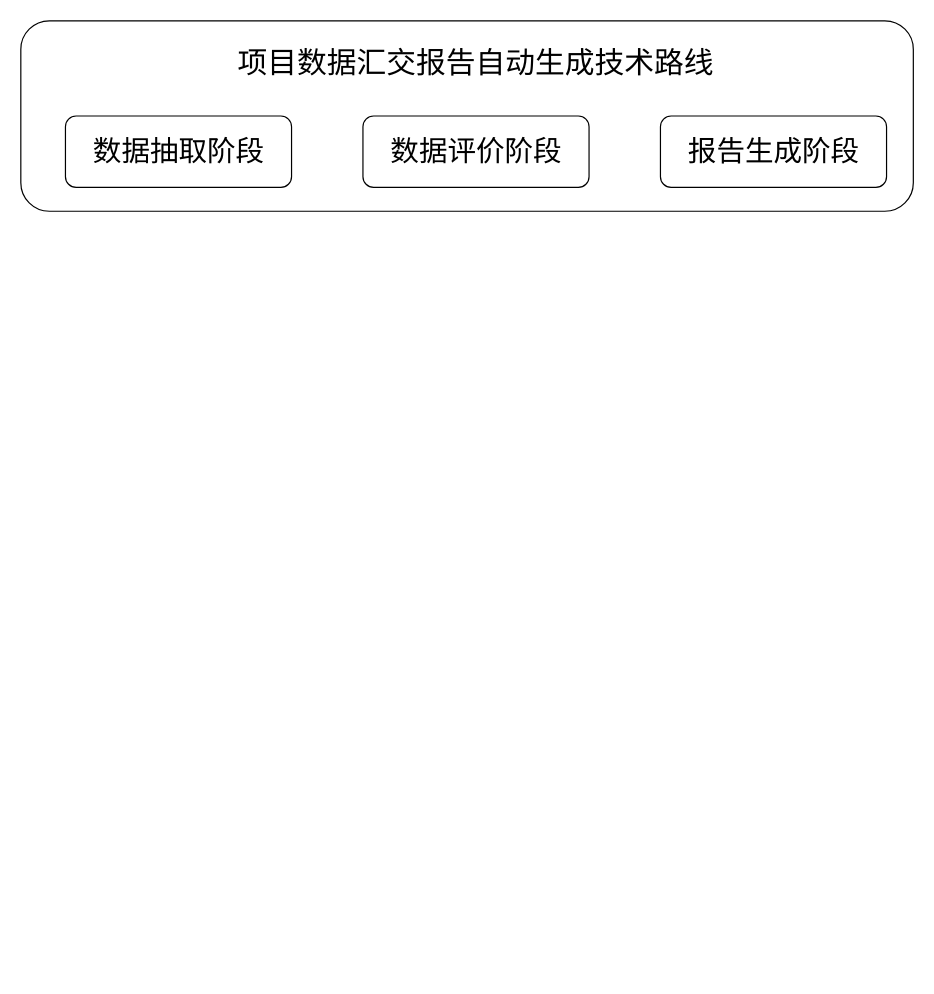
Above: data_huijiao.drawio in lengyueit/paper_pic (draw.io), before the change. Source tidied: cells renumbered, new cells numbered last; positions are measured from the earlier drawing's top-left corner, leaving out a move shared by most shapes. Both pictures are drawn from the tidied source at 119%, with x=0, y=0 at pixel (20, 20).
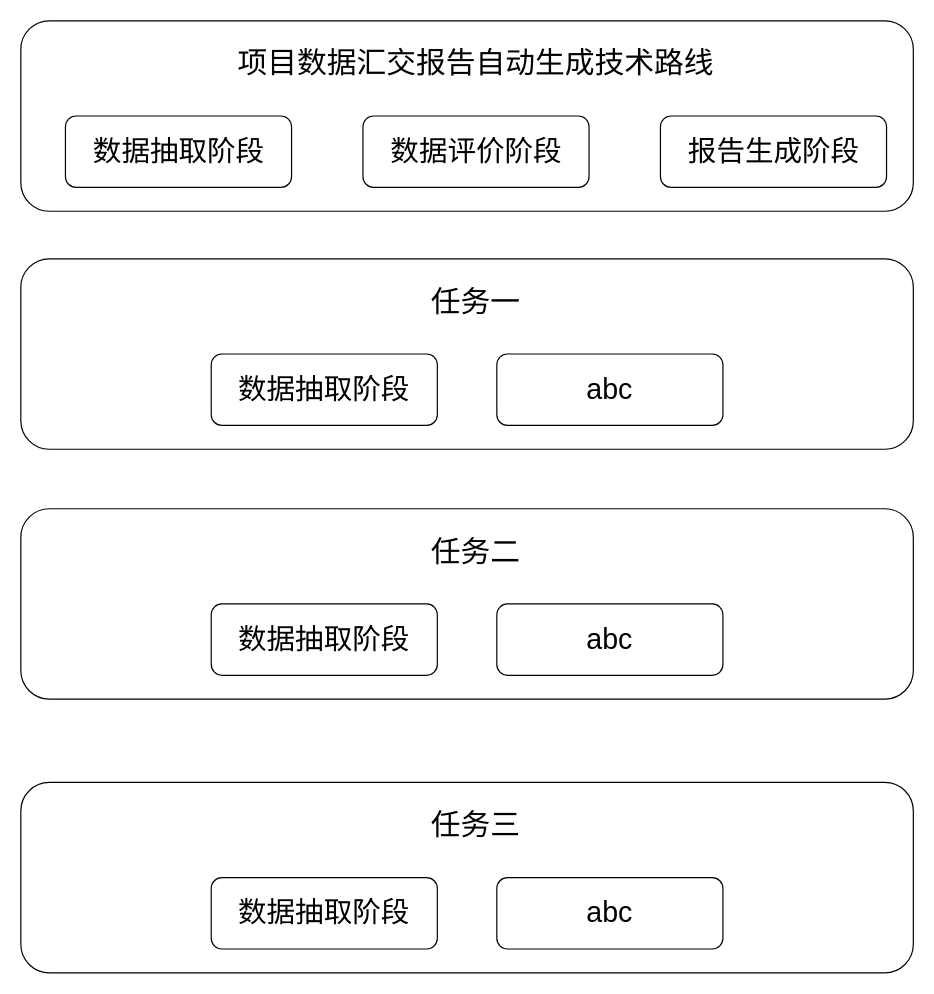
The same page after the edit.

Diff of the diagram source:
```diff
@@
 <mxGraphModel>
   <root>
     <mxCell id="0" />
     <mxCell id="1" parent="0" />
     <mxCell id="2" style="rounded=1;whiteSpace=wrap;html=1;" parent="1" vertex="1">
       <mxGeometry width="750" height="160" as="geometry" />
     </mxCell>
     <mxCell id="3" value="&lt;p style=&quot;margin: 0pt 0pt 0.0001pt; text-align: justify;&quot; class=&quot;MsoNormal&quot;&gt;&lt;font face=&quot;Times New Roman&quot; style=&quot;font-size: 24px;&quot;&gt;数据抽取阶段&lt;/font&gt;&lt;/p&gt;" style="rounded=1;whiteSpace=wrap;html=1;" parent="1" vertex="1">
       <mxGeometry x="37.5" y="80" width="190" height="60" as="geometry" />
     </mxCell>
     <mxCell id="4" value="&lt;p style=&quot;margin: 0pt 0pt 0.0001pt; text-align: justify;&quot; class=&quot;MsoNormal&quot;&gt;&lt;font face=&quot;Times New Roman&quot; style=&quot;font-size: 24px;&quot;&gt;数据评价阶段&lt;/font&gt;&lt;/p&gt;" style="rounded=1;whiteSpace=wrap;html=1;" parent="1" vertex="1">
       <mxGeometry x="287.5" y="80" width="190" height="60" as="geometry" />
     </mxCell>
     <mxCell id="5" value="&lt;p style=&quot;margin: 0pt 0pt 0.0001pt; text-align: justify;&quot; class=&quot;MsoNormal&quot;&gt;&lt;font face=&quot;Times New Roman&quot; style=&quot;font-size: 24px;&quot;&gt;报告生成阶段&lt;/font&gt;&lt;/p&gt;" style="rounded=1;whiteSpace=wrap;html=1;" parent="1" vertex="1">
       <mxGeometry x="537.5" y="80" width="190" height="60" as="geometry" />
     </mxCell>
     <mxCell id="6" value="&lt;p style=&quot;margin: 0pt 0pt 0.0001pt; text-align: justify; font-size: 25px;&quot; class=&quot;MsoNormal&quot;&gt;&lt;font style=&quot;font-size: 25px;&quot; face=&quot;Times New Roman&quot;&gt;项目数据汇交报告自动生成&lt;font style=&quot;font-size: 25px;&quot;&gt;技术路线&lt;/font&gt;&lt;/font&gt;&lt;/p&gt;" style="text;html=1;align=center;verticalAlign=middle;whiteSpace=wrap;rounded=0;" parent="1" vertex="1">
       <mxGeometry x="100" y="20" width="565" height="30" as="geometry" />
     </mxCell>
+    <mxCell id="7" style="rounded=1;whiteSpace=wrap;html=1;" parent="1" vertex="1">
+      <mxGeometry y="200" width="750" height="160" as="geometry" />
+    </mxCell>
+    <mxCell id="8" value="&lt;p style=&quot;margin: 0pt 0pt 0.0001pt; text-align: justify;&quot; class=&quot;MsoNormal&quot;&gt;&lt;font face=&quot;等线&quot; style=&quot;font-size: 24px;&quot;&gt;数据抽取阶段&lt;/font&gt;&lt;/p&gt;" style="rounded=1;whiteSpace=wrap;html=1;" parent="1" vertex="1">
+      <mxGeometry x="160" y="280" width="190" height="60" as="geometry" />
+    </mxCell>
+    <mxCell id="9" value="&lt;p style=&quot;margin: 0pt 0pt 0.0001pt; text-align: justify; font-size: 25px;&quot; class=&quot;MsoNormal&quot;&gt;&lt;font face=&quot;等线&quot;&gt;任务一&lt;/font&gt;&lt;/p&gt;" style="text;html=1;align=center;verticalAlign=middle;whiteSpace=wrap;rounded=0;" parent="1" vertex="1">
+      <mxGeometry x="100" y="220" width="565" height="30" as="geometry" />
+    </mxCell>
+    <mxCell id="10" value="&lt;p style=&quot;margin: 0pt 0pt 0.0001pt; text-align: justify;&quot; class=&quot;MsoNormal&quot;&gt;&lt;span style=&quot;font-size: 24px;&quot;&gt;&lt;font face=&quot;Arial&quot;&gt;abc&lt;/font&gt;&lt;/span&gt;&lt;/p&gt;" style="rounded=1;whiteSpace=wrap;html=1;" parent="1" vertex="1">
+      <mxGeometry x="400" y="280" width="190" height="60" as="geometry" />
+    </mxCell>
+    <mxCell id="11" style="rounded=1;whiteSpace=wrap;html=1;" parent="1" vertex="1">
+      <mxGeometry y="410" width="750" height="160" as="geometry" />
+    </mxCell>
+    <mxCell id="12" value="&lt;p style=&quot;margin: 0pt 0pt 0.0001pt; text-align: justify;&quot; class=&quot;MsoNormal&quot;&gt;&lt;font face=&quot;等线&quot; style=&quot;font-size: 24px;&quot;&gt;数据抽取阶段&lt;/font&gt;&lt;/p&gt;" style="rounded=1;whiteSpace=wrap;html=1;" parent="1" vertex="1">
+      <mxGeometry x="160" y="490" width="190" height="60" as="geometry" />
+    </mxCell>
+    <mxCell id="13" value="&lt;p style=&quot;margin: 0pt 0pt 0.0001pt; text-align: justify; font-size: 25px;&quot; class=&quot;MsoNormal&quot;&gt;&lt;font face=&quot;等线&quot;&gt;任务二&lt;/font&gt;&lt;/p&gt;" style="text;html=1;align=center;verticalAlign=middle;whiteSpace=wrap;rounded=0;" parent="1" vertex="1">
+      <mxGeometry x="100" y="430" width="565" height="30" as="geometry" />
+    </mxCell>
+    <mxCell id="14" value="&lt;p style=&quot;margin: 0pt 0pt 0.0001pt; text-align: justify;&quot; class=&quot;MsoNormal&quot;&gt;&lt;span style=&quot;font-size: 24px;&quot;&gt;&lt;font face=&quot;Arial&quot;&gt;abc&lt;/font&gt;&lt;/span&gt;&lt;/p&gt;" style="rounded=1;whiteSpace=wrap;html=1;" parent="1" vertex="1">
+      <mxGeometry x="400" y="490" width="190" height="60" as="geometry" />
+    </mxCell>
+    <mxCell id="15" style="rounded=1;whiteSpace=wrap;html=1;" parent="1" vertex="1">
+      <mxGeometry y="640" width="750" height="160" as="geometry" />
+    </mxCell>
+    <mxCell id="16" value="&lt;p style=&quot;margin: 0pt 0pt 0.0001pt; text-align: justify;&quot; class=&quot;MsoNormal&quot;&gt;&lt;font face=&quot;等线&quot; style=&quot;font-size: 24px;&quot;&gt;数据抽取阶段&lt;/font&gt;&lt;/p&gt;" style="rounded=1;whiteSpace=wrap;html=1;" parent="1" vertex="1">
+      <mxGeometry x="160" y="720" width="190" height="60" as="geometry" />
+    </mxCell>
+    <mxCell id="17" value="&lt;p style=&quot;margin: 0pt 0pt 0.0001pt; text-align: justify; font-size: 25px;&quot; class=&quot;MsoNormal&quot;&gt;&lt;font face=&quot;等线&quot;&gt;任务三&lt;/font&gt;&lt;/p&gt;" style="text;html=1;align=center;verticalAlign=middle;whiteSpace=wrap;rounded=0;" parent="1" vertex="1">
+      <mxGeometry x="100" y="660" width="565" height="30" as="geometry" />
+    </mxCell>
+    <mxCell id="18" value="&lt;p style=&quot;margin: 0pt 0pt 0.0001pt; text-align: justify;&quot; class=&quot;MsoNormal&quot;&gt;&lt;span style=&quot;font-size: 24px;&quot;&gt;&lt;font face=&quot;Arial&quot;&gt;abc&lt;/font&gt;&lt;/span&gt;&lt;/p&gt;" style="rounded=1;whiteSpace=wrap;html=1;" parent="1" vertex="1">
+      <mxGeometry x="400" y="720" width="190" height="60" as="geometry" />
+    </mxCell>
   </root>
 </mxGraphModel>
```
